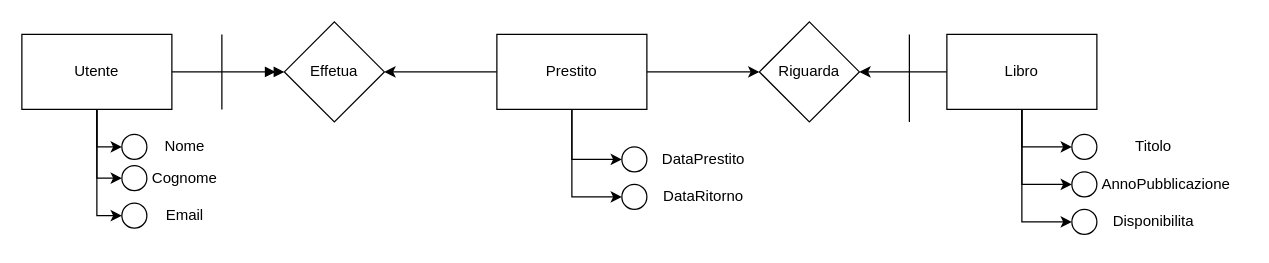
Above: TaskGestionePrestitiLibri/DiagrammaGestionePrestiti.drawio in ValerioDezzi/AcademyIENDEM (draw.io), before the change. Source tidied: cells renumbered, new cells numbered last; positions are measured from the earlier drawing's top-left corner, leaving out a move shared by most shapes. Both pictures are drawn from the tidied source at 125%, with x=0, y=0 at pixel (21, 21).
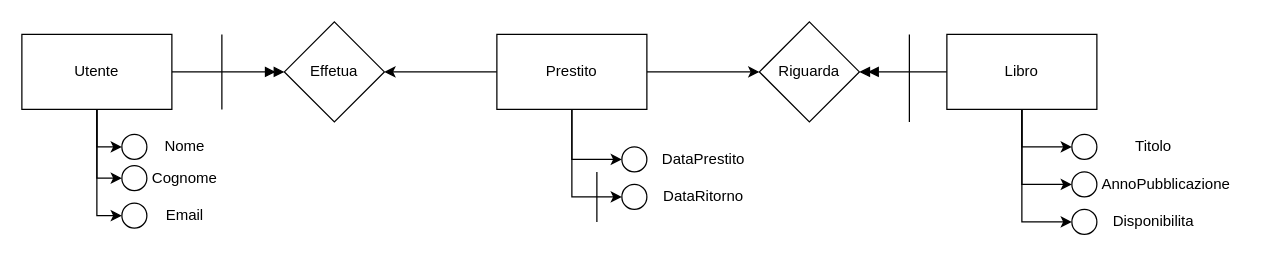
The same diagram, later.

The change refers to these unchanged cells:
```xml
<mxCell id="16" value="Libro" style="rounded=0;whiteSpace=wrap;html=1;" parent="1" vertex="1">
  <mxGeometry x="740" y="10" width="120" height="60" as="geometry" />
</mxCell>
<mxCell id="34" value="Riguarda" style="rhombus;whiteSpace=wrap;html=1;" parent="1" vertex="1">
  <mxGeometry x="590" width="80" height="80" as="geometry" />
</mxCell>
```

Change to the diagram source:
```diff
@@
-    <mxCell id="15" style="edgeStyle=orthogonalEdgeStyle;rounded=0;jettySize=auto;html=1;entryX=1;entryY=0.5;entryDx=0;entryDy=0;" parent="1" edge="1" source="16" target="34">
+    <mxCell id="15" style="edgeStyle=orthogonalEdgeStyle;rounded=0;jettySize=auto;html=1;entryX=1;entryY=0.5;entryDx=0;entryDy=0;endArrow=doubleBlock;endFill=1;" parent="1" edge="1" source="16" target="34">
       <mxGeometry relative="1" as="geometry" />
     </mxCell>
@@
+    <mxCell id="37" style="endArrow=none;html=1;rounded=0;" parent="1" edge="1">
+      <mxGeometry relative="1" as="geometry">
+        <mxPoint x="460" y="160" as="sourcePoint" />
+        <mxPoint x="460" y="120" as="targetPoint" />
+      </mxGeometry>
+    </mxCell>
```
